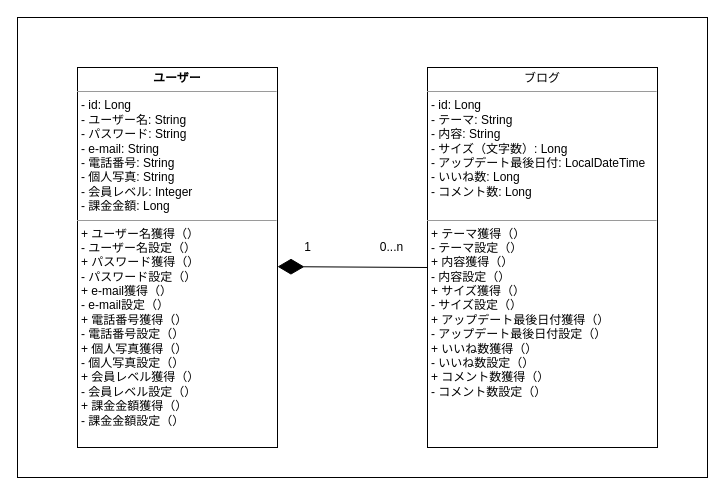
Before: drawio/クラス図.drawio in nan2020aaa/MyBlogx, a draw.io diagram. Source tidied: cells renumbered, new cells numbered last; positions are measured from the earlier drawing's top-left corner, leaving out a move shared by most shapes. Both pictures are drawn from the tidied source at 100%, with x=0, y=0 at pixel (17, 17).
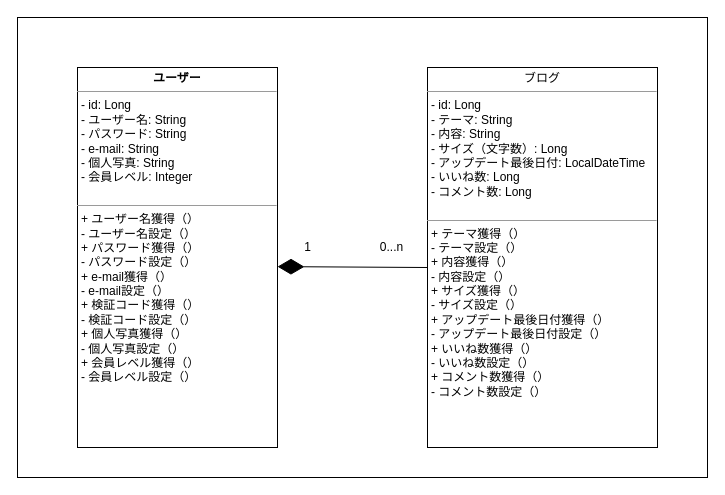
After the change.

What changed in the source:
```diff
@@
 <mxGraphModel>
   <root>
     <mxCell id="0" />
     <mxCell id="1" parent="0" />
     <mxCell id="2" style="rounded=0;whiteSpace=wrap;html=1;" parent="1" vertex="1">
       <mxGeometry width="690" height="460" as="geometry" />
     </mxCell>
-    <mxCell id="3" value="&lt;p style=&quot;text-align: center ; margin: 4px 0px 0px&quot;&gt;&lt;b&gt;ユーザー&lt;/b&gt;&lt;/p&gt;&lt;hr size=&quot;1&quot;&gt;&lt;p style=&quot;margin: 0px ; margin-left: 4px&quot;&gt;- id: Long&lt;/p&gt;&lt;p style=&quot;margin: 0px ; margin-left: 4px&quot;&gt;- ユーザー名: String&lt;/p&gt;&lt;p style=&quot;margin: 0px ; margin-left: 4px&quot;&gt;- パスワード: String&lt;/p&gt;&lt;p style=&quot;margin: 0px ; margin-left: 4px&quot;&gt;- e-mail: String&lt;/p&gt;&lt;p style=&quot;margin: 0px 0px 0px 4px&quot;&gt;- 電話番号: String&lt;/p&gt;&lt;p style=&quot;margin: 0px ; margin-left: 4px&quot;&gt;- 個人写真: String&lt;/p&gt;&lt;p style=&quot;margin: 0px ; margin-left: 4px&quot;&gt;- 会員レベル: Integer&lt;/p&gt;&lt;p style=&quot;margin: 0px ; margin-left: 4px&quot;&gt;- 課金金額: Long&lt;/p&gt;&lt;hr size=&quot;1&quot;&gt;&lt;p style=&quot;margin: 0px ; margin-left: 4px&quot;&gt;+ ユーザー名獲得（）&lt;/p&gt;&lt;p style=&quot;margin: 0px ; margin-left: 4px&quot;&gt;- ユーザー名設定（）&lt;/p&gt;&lt;p style=&quot;margin: 0px ; margin-left: 4px&quot;&gt;+ パスワード獲得（）&lt;/p&gt;&lt;p style=&quot;margin: 0px ; margin-left: 4px&quot;&gt;- パスワード設定（）&lt;/p&gt;&lt;p style=&quot;margin: 0px ; margin-left: 4px&quot;&gt;+ e-mail獲得（）&lt;/p&gt;&lt;p style=&quot;margin: 0px ; margin-left: 4px&quot;&gt;- e-mail設定（）&lt;/p&gt;&lt;p style=&quot;margin: 0px ; margin-left: 4px&quot;&gt;+ 電話番号獲得（）&lt;/p&gt;&lt;p style=&quot;margin: 0px ; margin-left: 4px&quot;&gt;- 電話番号設定（）&lt;/p&gt;&lt;p style=&quot;margin: 0px ; margin-left: 4px&quot;&gt;+ 個人写真獲得（）&lt;/p&gt;&lt;p style=&quot;margin: 0px ; margin-left: 4px&quot;&gt;- 個人写真設定（）&lt;/p&gt;&lt;p style=&quot;margin: 0px ; margin-left: 4px&quot;&gt;+ 会員レベル獲得（）&lt;/p&gt;&lt;p style=&quot;margin: 0px ; margin-left: 4px&quot;&gt;- 会員レベル設定（）&lt;/p&gt;&lt;p style=&quot;margin: 0px ; margin-left: 4px&quot;&gt;+ 課金金額獲得（）&lt;/p&gt;&lt;p style=&quot;margin: 0px ; margin-left: 4px&quot;&gt;- 課金金額設定（）&lt;/p&gt;" style="verticalAlign=top;align=left;overflow=fill;fontSize=12;fontFamily=Helvetica;html=1;" parent="1" vertex="1">
+    <mxCell id="3" value="&lt;p style=&quot;text-align: center ; margin: 4px 0px 0px&quot;&gt;&lt;b&gt;ユーザー&lt;/b&gt;&lt;/p&gt;&lt;hr size=&quot;1&quot;&gt;&lt;p style=&quot;margin: 0px ; margin-left: 4px&quot;&gt;- id: Long&lt;/p&gt;&lt;p style=&quot;margin: 0px ; margin-left: 4px&quot;&gt;- ユーザー名: String&lt;/p&gt;&lt;p style=&quot;margin: 0px ; margin-left: 4px&quot;&gt;- パスワード: String&lt;/p&gt;&lt;p style=&quot;margin: 0px ; margin-left: 4px&quot;&gt;- e-mail: String&lt;/p&gt;&lt;p style=&quot;margin: 0px ; margin-left: 4px&quot;&gt;- 個人写真: String&lt;/p&gt;&lt;p style=&quot;margin: 0px ; margin-left: 4px&quot;&gt;- 会員レベル: Integer&lt;/p&gt;&lt;p style=&quot;margin: 0px ; margin-left: 4px&quot;&gt;&lt;br&gt;&lt;/p&gt;&lt;hr size=&quot;1&quot;&gt;&lt;p style=&quot;margin: 0px ; margin-left: 4px&quot;&gt;+ ユーザー名獲得（）&lt;/p&gt;&lt;p style=&quot;margin: 0px ; margin-left: 4px&quot;&gt;- ユーザー名設定（）&lt;/p&gt;&lt;p style=&quot;margin: 0px ; margin-left: 4px&quot;&gt;+ パスワード獲得（）&lt;/p&gt;&lt;p style=&quot;margin: 0px ; margin-left: 4px&quot;&gt;- パスワード設定（）&lt;/p&gt;&lt;p style=&quot;margin: 0px ; margin-left: 4px&quot;&gt;+ e-mail獲得（）&lt;/p&gt;&lt;p style=&quot;margin: 0px ; margin-left: 4px&quot;&gt;- e-mail設定（）&lt;/p&gt;&lt;p style=&quot;margin: 0px ; margin-left: 4px&quot;&gt;+ 検証コード獲得（）&lt;/p&gt;&lt;p style=&quot;margin: 0px ; margin-left: 4px&quot;&gt;- 検証コード設定（）&lt;/p&gt;&lt;p style=&quot;margin: 0px ; margin-left: 4px&quot;&gt;+ 個人写真獲得（）&lt;/p&gt;&lt;p style=&quot;margin: 0px ; margin-left: 4px&quot;&gt;- 個人写真設定（）&lt;/p&gt;&lt;p style=&quot;margin: 0px ; margin-left: 4px&quot;&gt;+ 会員レベル獲得（）&lt;/p&gt;&lt;p style=&quot;margin: 0px ; margin-left: 4px&quot;&gt;- 会員レベル設定（）&lt;/p&gt;&lt;p style=&quot;margin: 0px ; margin-left: 4px&quot;&gt;&lt;br&gt;&lt;/p&gt;&lt;p style=&quot;margin: 0px ; margin-left: 4px&quot;&gt;&lt;br&gt;&lt;/p&gt;" style="verticalAlign=top;align=left;overflow=fill;fontSize=12;fontFamily=Helvetica;html=1;" parent="1" vertex="1">
       <mxGeometry x="60" y="50" width="200" height="380" as="geometry" />
     </mxCell>
     <mxCell id="4" value="&lt;p style=&quot;margin: 0px ; margin-top: 4px ; text-align: center&quot;&gt;ブログ&lt;/p&gt;&lt;hr size=&quot;1&quot;&gt;&lt;p style=&quot;margin: 0px ; margin-left: 4px&quot;&gt;- id: Long&lt;/p&gt;&lt;p style=&quot;margin: 0px ; margin-left: 4px&quot;&gt;- テーマ: String&lt;/p&gt;&lt;p style=&quot;margin: 0px ; margin-left: 4px&quot;&gt;- 内容: String&lt;/p&gt;&lt;p style=&quot;margin: 0px ; margin-left: 4px&quot;&gt;- サイズ（文字数）: Long&lt;/p&gt;&lt;p style=&quot;margin: 0px ; margin-left: 4px&quot;&gt;- アップデート最後日付: LocalDateTime&lt;/p&gt;&lt;p style=&quot;margin: 0px ; margin-left: 4px&quot;&gt;- いいね数: Long&lt;/p&gt;&lt;p style=&quot;margin: 0px ; margin-left: 4px&quot;&gt;- コメント数: Long&lt;/p&gt;&lt;p style=&quot;margin: 0px ; margin-left: 4px&quot;&gt;&lt;br&gt;&lt;/p&gt;&lt;hr size=&quot;1&quot;&gt;&lt;p style=&quot;margin: 0px ; margin-left: 4px&quot;&gt;+ テーマ獲得（）&lt;/p&gt;&lt;p style=&quot;margin: 0px ; margin-left: 4px&quot;&gt;- テーマ設定（）&lt;/p&gt;&lt;p style=&quot;margin: 0px ; margin-left: 4px&quot;&gt;+ 内容獲得（）&lt;/p&gt;&lt;p style=&quot;margin: 0px ; margin-left: 4px&quot;&gt;- 内容設定（）&lt;/p&gt;&lt;p style=&quot;margin: 0px ; margin-left: 4px&quot;&gt;+ サイズ獲得（）&lt;/p&gt;&lt;p style=&quot;margin: 0px ; margin-left: 4px&quot;&gt;- サイズ設定（）&lt;/p&gt;&lt;p style=&quot;margin: 0px ; margin-left: 4px&quot;&gt;+ アップデート最後日付獲得（）&lt;/p&gt;&lt;p style=&quot;margin: 0px ; margin-left: 4px&quot;&gt;- アップデート最後日付設定（）&lt;/p&gt;&lt;p style=&quot;margin: 0px ; margin-left: 4px&quot;&gt;+ いいね数獲得（）&lt;/p&gt;&lt;p style=&quot;margin: 0px ; margin-left: 4px&quot;&gt;- いいね数設定（）&lt;/p&gt;&lt;p style=&quot;margin: 0px ; margin-left: 4px&quot;&gt;+ コメント数獲得（）&lt;/p&gt;&lt;p style=&quot;margin: 0px ; margin-left: 4px&quot;&gt;- コメント数設定（）&lt;/p&gt;&lt;p style=&quot;margin: 0px ; margin-left: 4px&quot;&gt;&lt;br&gt;&lt;/p&gt;" style="verticalAlign=top;align=left;overflow=fill;fontSize=12;fontFamily=Helvetica;html=1;" parent="1" vertex="1">
       <mxGeometry x="410" y="50" width="230" height="380" as="geometry" />
     </mxCell>
     <mxCell id="5" value="1" style="text;html=1;align=center;verticalAlign=middle;fillColor=none;strokeColor=none;rounded=0;" parent="1" vertex="1">
       <mxGeometry x="280" y="220" width="20" height="20" as="geometry" />
     </mxCell>
     <mxCell id="6" value="0...n" style="text;html=1;align=center;verticalAlign=middle;fillColor=none;strokeColor=none;rounded=0;" parent="1" vertex="1">
       <mxGeometry x="354" y="220" width="40" height="20" as="geometry" />
     </mxCell>
     <mxCell id="7" style="endArrow=diamondThin;endFill=1;endSize=24;html=1;entryX=1;entryY=0.524;entryDx=0;entryDy=0;entryPerimeter=0;" parent="1" edge="1" target="3">
       <mxGeometry relative="1" as="geometry">
         <mxPoint x="410" y="250" as="sourcePoint" />
       </mxGeometry>
     </mxCell>
   </root>
 </mxGraphModel>
```
